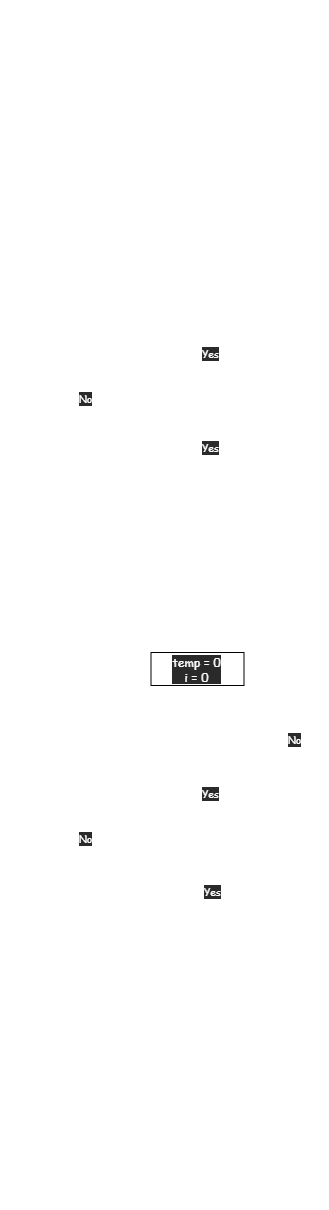
nondusty1/FinalWork keeps this draw.io diagram as FinalWork.drawio.png. Above is the earlier version. Source tidied: cells renumbered, new cells last; positions are measured from the earlier drawing's top-left corner, leaving out a move shared by most shapes.
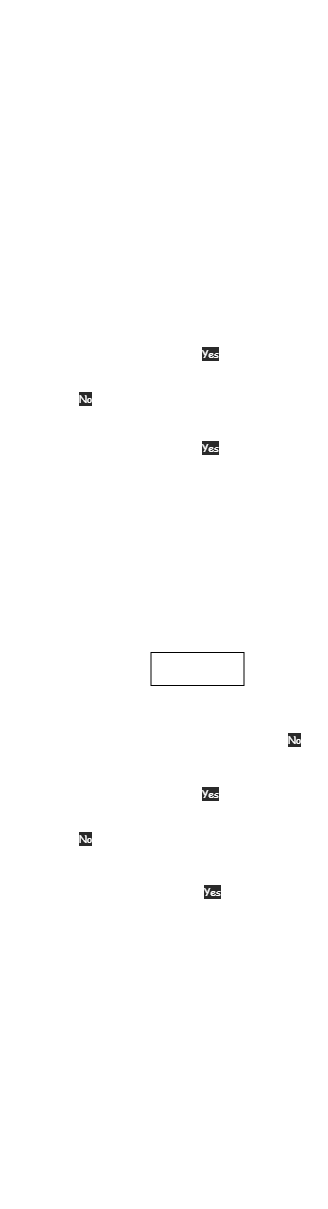
Above is the later version.

Diff of the diagram source:
```diff
@@ -151,7 +151,7 @@
     <mxCell id="38" value="&lt;font style=&quot;font-size: 18px&quot;&gt;&lt;b&gt;END&lt;/b&gt;&lt;/font&gt;" style="ellipse;whiteSpace=wrap;html=1;strokeColor=#FFFFFF;fontFamily=Comic Sans MS;fontColor=#FFFFFF;labelBackgroundColor=#None;fillColor=none;" parent="1" vertex="1">
       <mxGeometry x="139" y="1148" width="120" height="60" as="geometry" />
     </mxCell>
-    <mxCell id="39" value="&lt;span style=&quot;font-family: &amp;quot;comic sans ms&amp;quot;&quot;&gt;temp = 0&lt;/span&gt;&lt;br style=&quot;font-family: &amp;quot;comic sans ms&amp;quot;&quot;&gt;&lt;span style=&quot;font-family: &amp;quot;comic sans ms&amp;quot;&quot;&gt;i = 0&lt;/span&gt;" style="rounded=0;whiteSpace=wrap;html=1;labelBackgroundColor=#2A2A2A;fontFamily=Comic Sans MS;fontColor=#FFFFFF;fillColor=none;labelBorderColor=none;" parent="1" vertex="1">
+    <mxCell id="39" value="&lt;span style=&quot;font-family: &amp;quot;comic sans ms&amp;quot;&quot;&gt;temp = 0&lt;/span&gt;&lt;br style=&quot;font-family: &amp;quot;comic sans ms&amp;quot;&quot;&gt;&lt;span style=&quot;font-family: &amp;quot;comic sans ms&amp;quot;&quot;&gt;i = 0&lt;/span&gt;" style="rounded=0;whiteSpace=wrap;html=1;labelBackgroundColor=default;fontFamily=Comic Sans MS;fontColor=#FFFFFF;fillColor=none;labelBorderColor=none;" parent="1" vertex="1">
       <mxGeometry x="150.5" y="652" width="93" height="33" as="geometry" />
     </mxCell>
     <mxCell id="40" value="&lt;span style=&quot;color: rgb(255 , 255 , 255) ; font-family: &amp;#34;comic sans ms&amp;#34; ; font-size: 10px ; font-style: normal ; font-weight: 400 ; letter-spacing: normal ; text-align: center ; text-indent: 0px ; text-transform: none ; word-spacing: 0px ; background-color: rgb(42 , 42 , 42) ; display: inline ; float: none&quot;&gt;Yes&lt;/span&gt;" style="text;whiteSpace=wrap;html=1;fontFamily=Comic Sans MS;fontColor=#FFFFFF;" parent="1" vertex="1">
```
